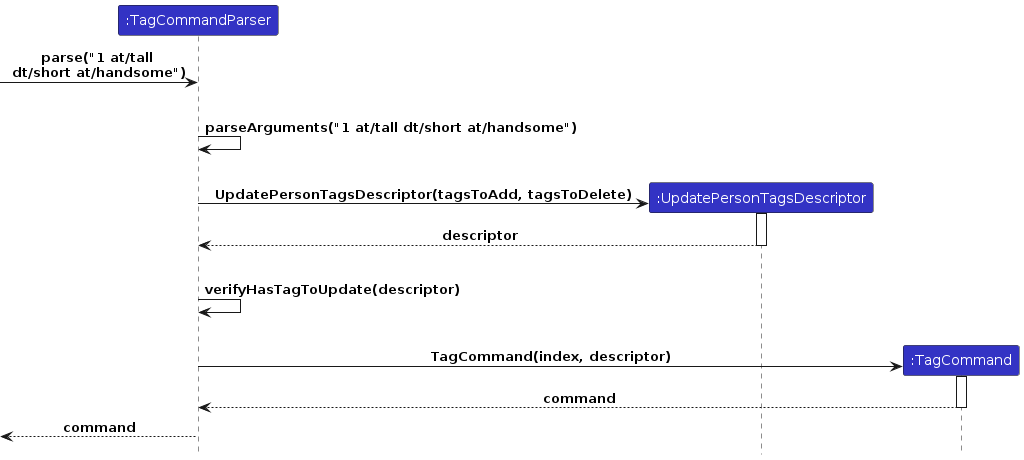
The PlantUML diagram diagrams/tag-feature/ParseSequenceDiagram.png in yucongkoo/tp, before a commit. Its source is kept beside it as diagrams/tag-feature/ParseSequenceDiagram.puml.
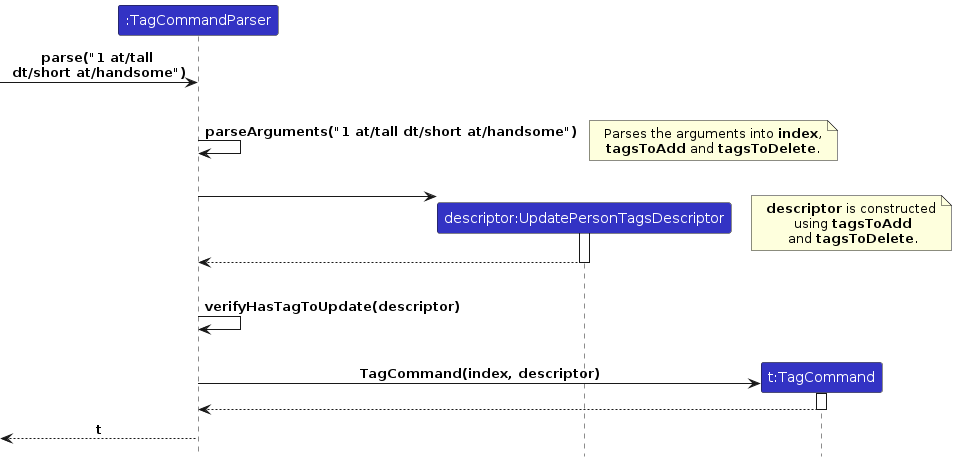
The same file after the commit.

What changed in the source:
```diff
@@ -3,21 +3,22 @@
 
 
 participant ":TagCommandParser" as TagCommandParser LOGIC_COLOR
-participant ":UpdatePersonTagsDescriptor" as UpdatePersonTagsDescriptor LOGIC_COLOR
-participant ":TagCommand" as TagCommand LOGIC_COLOR
+participant "descriptor:UpdatePersonTagsDescriptor" as UpdatePersonTagsDescriptor LOGIC_COLOR
+participant "t:TagCommand" as TagCommand LOGIC_COLOR
 
 [-> TagCommandParser : parse("1 at/tall \ndt/short at/handsome")
 
 |||
 
 TagCommandParser -> TagCommandParser: parseArguments("1 at/tall dt/short at/handsome")
-
+note right : Parses the arguments into **index**,\n**tagsToAdd** and **tagsToDelete**.
 |||
 
 create UpdatePersonTagsDescriptor
-TagCommandParser -> UpdatePersonTagsDescriptor: UpdatePersonTagsDescriptor(tagsToAdd, tagsToDelete)
+TagCommandParser -> UpdatePersonTagsDescriptor
+note right : **descriptor** is constructed\n using **tagsToAdd**\n and **tagsToDelete**.
 activate UpdatePersonTagsDescriptor
-return descriptor
+return
 
 |||
 
@@ -25,9 +26,10 @@
 
 |||
 create TagCommand
-    TagCommandParser -> TagCommand: TagCommand(index, descriptor)
-    activate TagCommand
-    return command
-    [<--TagCommandParser : command
+TagCommandParser -> TagCommand : TagCommand(index, descriptor)
+
+activate TagCommand
+return
+[<--TagCommandParser : t
 
 @enduml
```
